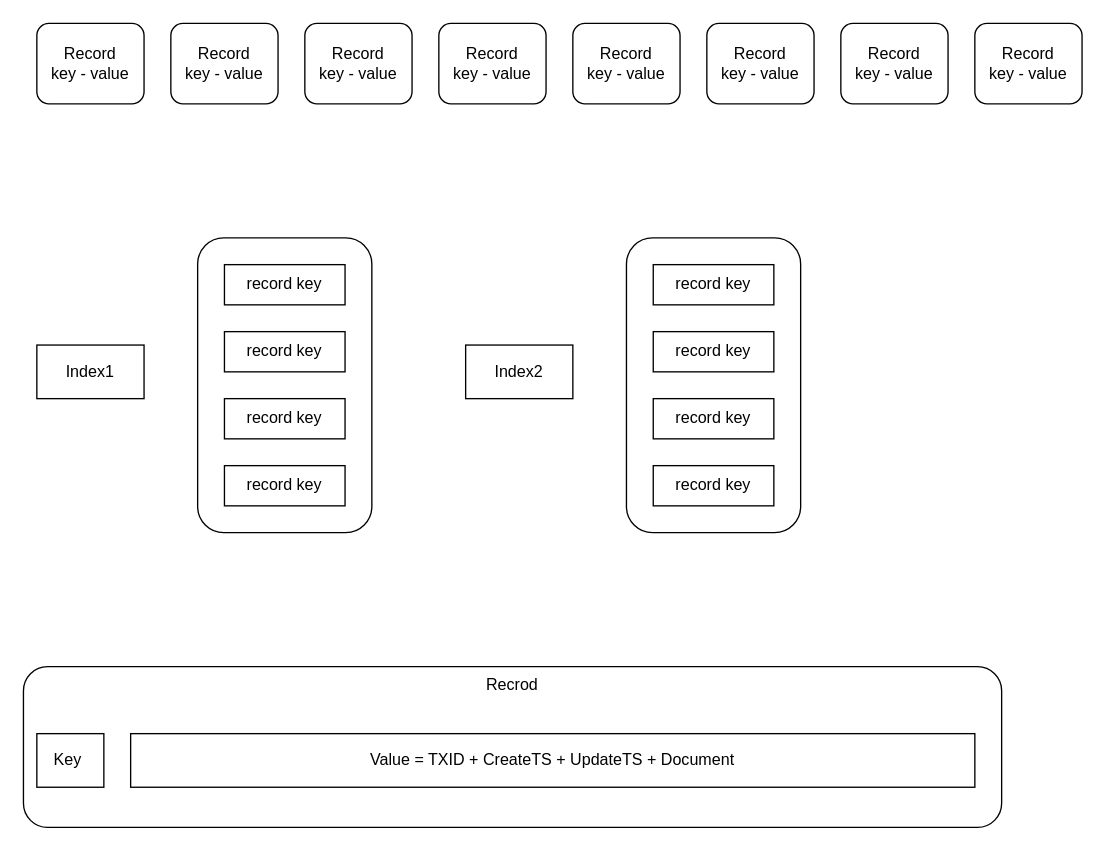
Above: db3_database_structure.drawio in dbpunk-labs/db3-design (draw.io), before the change. Source tidied: cells renumbered, new cells numbered last; positions are measured from the earlier drawing's top-left corner, leaving out a move shared by most shapes. Both pictures are drawn from the tidied source at 134%, with x=0, y=0 at pixel (23, 23).
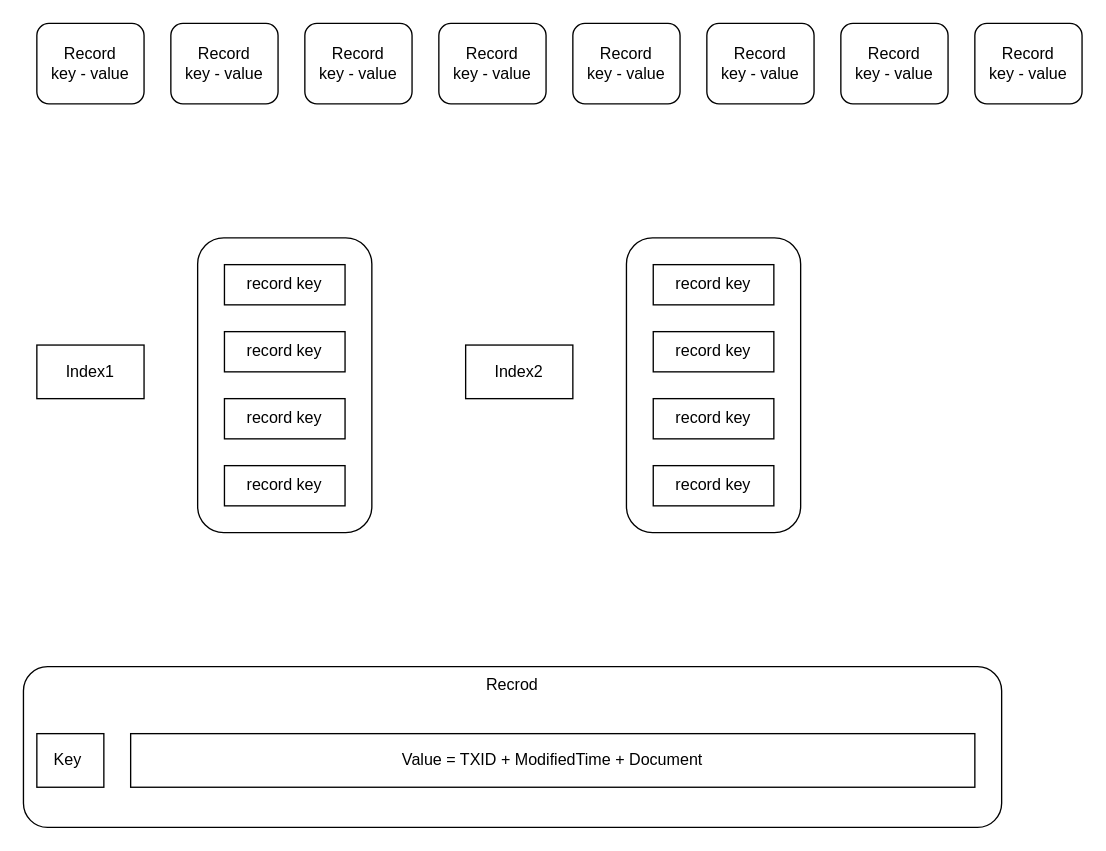
Above is the later version.

Diff of the diagram source:
```diff
@@
-    <mxCell id="24" value="Value = TXID + CreateTS + UpdateTS + Document" style="rounded=0;whiteSpace=wrap;html=1;" parent="1" vertex="1">
+    <mxCell id="24" value="Value = TXID + ModifiedTime + Document" style="rounded=0;whiteSpace=wrap;html=1;" parent="1" vertex="1">
       <mxGeometry x="80" y="530" width="630" height="40" as="geometry" />
     </mxCell>
```
